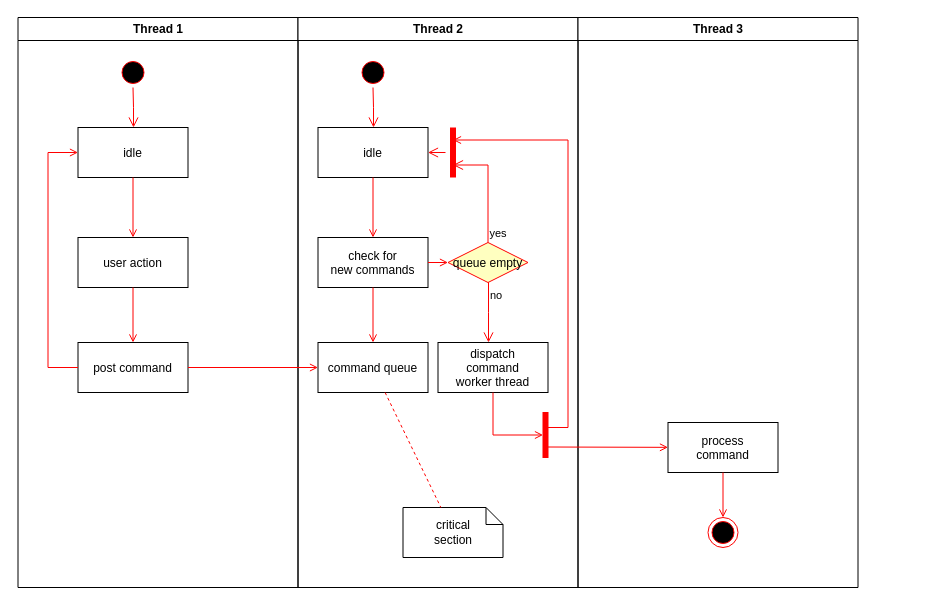
Earlier version of the draw.io diagram flow.drawio (admhabits/admhabits). Source tidied: cells renumbered, new cells numbered last; positions are measured from the earlier drawing's top-left corner, leaving out a move shared by most shapes. Both pictures are drawn from the tidied source at 100%, with x=0, y=0 at pixel (17, 17).
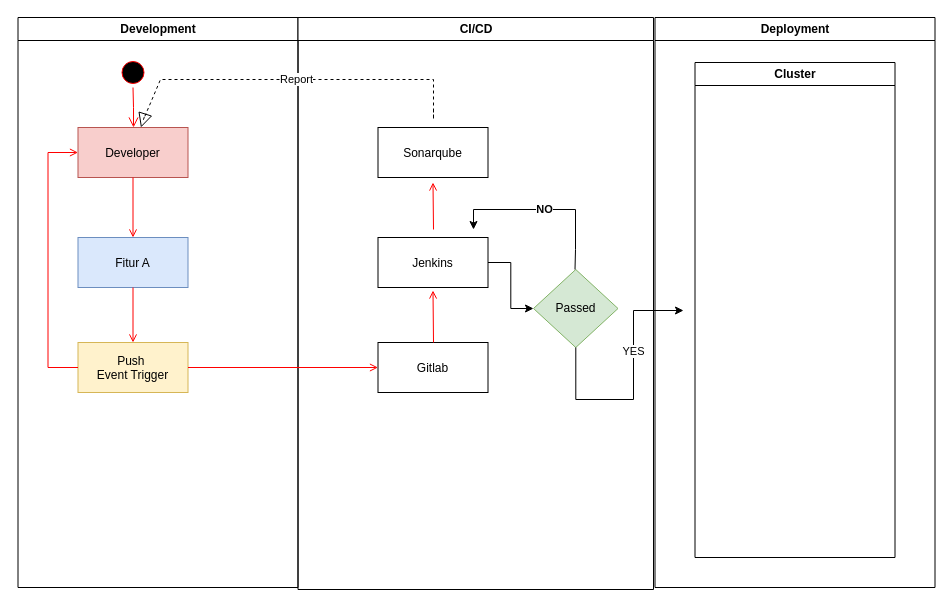
The same page after the edit.

What changed in the source:
```diff
@@
-    <mxCell id="2" value="Thread 1" style="swimlane;whiteSpace=wrap;" parent="1" vertex="1">
+    <mxCell id="2" value="Development" style="swimlane;whiteSpace=wrap;" parent="1" vertex="1">
       <mxGeometry x="0.5" width="280" height="570" as="geometry" />
     </mxCell>
@@
-    <mxCell id="5" value="idle" parent="2" vertex="1">
+    <mxCell id="5" value="Developer" style="fillColor=#f8cecc;strokeColor=#b85450;" parent="2" vertex="1">
       <mxGeometry x="60" y="110" width="110" height="50" as="geometry" />
     </mxCell>
-    <mxCell id="6" value="user action" parent="2" vertex="1">
+    <mxCell id="6" value="Fitur A" style="fillColor=#dae8fc;strokeColor=#6c8ebf;" parent="2" vertex="1">
       <mxGeometry x="60" y="220" width="110" height="50" as="geometry" />
     </mxCell>
@@
-    <mxCell id="8" value="post command" parent="2" vertex="1">
+    <mxCell id="8" value="Push &#10;Event Trigger" style="fillColor=#fff2cc;strokeColor=#d6b656;" parent="2" vertex="1">
       <mxGeometry x="60" y="325" width="110" height="50" as="geometry" />
     </mxCell>
@@
-    <mxCell id="11" value="Thread 2" style="swimlane;whiteSpace=wrap;" parent="1" vertex="1">
-      <mxGeometry x="280.5" width="280" height="570" as="geometry" />
+    <mxCell id="11" value="CI/CD" style="swimlane;whiteSpace=wrap;" parent="1" vertex="1">
+      <mxGeometry x="280.5" width="355.5" height="572" as="geometry" />
     </mxCell>
-    <mxCell id="12" style="ellipse;shape=startState;fillColor=#000000;strokeColor=#ff0000;" parent="11" vertex="1">
-      <mxGeometry x="60" y="40" width="30" height="30" as="geometry" />
-    </mxCell>
-    <mxCell id="13" style="edgeStyle=elbowEdgeStyle;elbow=horizontal;verticalAlign=bottom;endArrow=open;endSize=8;strokeColor=#FF0000;endFill=1;rounded=0;" parent="11" edge="1" source="12" target="14">
-      <mxGeometry x="40" y="20" as="geometry" />
-    </mxCell>
-    <mxCell id="14" value="idle" parent="11" vertex="1">
-      <mxGeometry x="20" y="110" width="110" height="50" as="geometry" />
+    <mxCell id="14" value="Sonarqube" parent="11" vertex="1">
+      <mxGeometry x="80" y="110" width="110" height="50" as="geometry" />
     </mxCell>
+    <mxCell id="37" style="edgeStyle=orthogonalEdgeStyle;rounded=0;jettySize=auto;html=1;" parent="11" edge="1" source="15" target="38">
+      <mxGeometry relative="1" as="geometry" />
+    </mxCell>
-    <mxCell id="15" value="check for &#10;new commands" parent="11" vertex="1">
-      <mxGeometry x="20" y="220" width="110" height="50" as="geometry" />
+    <mxCell id="15" value="Jenkins" parent="11" vertex="1">
+      <mxGeometry x="80" y="220" width="110" height="50" as="geometry" />
     </mxCell>
-    <mxCell id="16" style="endArrow=open;strokeColor=#FF0000;endFill=1;rounded=0;" parent="11" edge="1" source="14" target="15">
-      <mxGeometry relative="1" as="geometry" />
+    <mxCell id="16" style="endArrow=open;strokeColor=#FF0000;endFill=1;rounded=0;" parent="11" edge="1">
+      <mxGeometry relative="1" as="geometry">
+        <mxPoint x="135.5" y="212" as="sourcePoint" />
+        <mxPoint x="135" y="165" as="targetPoint" />
+      </mxGeometry>
     </mxCell>
-    <mxCell id="17" value="command queue" parent="11" vertex="1">
-      <mxGeometry x="20" y="325" width="110" height="50" as="geometry" />
+    <mxCell id="17" value="Gitlab" parent="11" vertex="1">
+      <mxGeometry x="80" y="325" width="110" height="50" as="geometry" />
     </mxCell>
-    <mxCell id="18" style="endArrow=open;strokeColor=#FF0000;endFill=1;rounded=0;" parent="11" edge="1" source="15" target="17">
-      <mxGeometry relative="1" as="geometry" />
+    <mxCell id="18" style="endArrow=open;strokeColor=#FF0000;endFill=1;rounded=0;" parent="11" edge="1">
+      <mxGeometry relative="1" as="geometry">
+        <mxPoint x="135.5" y="325" as="sourcePoint" />
+        <mxPoint x="135" y="273" as="targetPoint" />
+      </mxGeometry>
     </mxCell>
-    <mxCell id="19" value="queue empty" style="rhombus;fillColor=#ffffc0;strokeColor=#ff0000;" parent="11" vertex="1">
-      <mxGeometry x="150" y="225" width="80" height="40" as="geometry" />
-    </mxCell>
-    <mxCell id="20" value="yes" style="edgeStyle=elbowEdgeStyle;elbow=horizontal;align=left;verticalAlign=bottom;endArrow=open;endSize=8;strokeColor=#FF0000;exitX=0.5;exitY=0;endFill=1;rounded=0;entryX=0.75;entryY=0.5;entryPerimeter=0;" parent="11" edge="1" source="19" target="23">
-      <mxGeometry x="-1" relative="1" as="geometry">
-        <Array as="points">
-          <mxPoint x="190" y="180" />
-        </Array>
-      </mxGeometry>
-    </mxCell>
-    <mxCell id="21" value="no" style="edgeStyle=elbowEdgeStyle;elbow=horizontal;align=left;verticalAlign=top;endArrow=open;endSize=8;strokeColor=#FF0000;endFill=1;rounded=0;" parent="11" edge="1" source="19" target="25">
-      <mxGeometry x="-1" relative="1" as="geometry" />
-    </mxCell>
-    <mxCell id="22" style="endArrow=open;strokeColor=#FF0000;endFill=1;rounded=0;" parent="11" edge="1" source="15" target="19">
-      <mxGeometry relative="1" as="geometry" />
-    </mxCell>
-    <mxCell id="23" style="shape=line;strokeWidth=6;strokeColor=#ff0000;rotation=90;" parent="11" vertex="1">
-      <mxGeometry x="130" y="127.5" width="50" height="15" as="geometry" />
-    </mxCell>
-    <mxCell id="24" style="edgeStyle=elbowEdgeStyle;elbow=horizontal;verticalAlign=bottom;endArrow=open;endSize=8;strokeColor=#FF0000;endFill=1;rounded=0;" parent="11" edge="1" source="23" target="14">
-      <mxGeometry x="130" y="90" as="geometry" />
-    </mxCell>
-    <mxCell id="25" value="dispatch&#10;command&#10;worker thread" parent="11" vertex="1">
-      <mxGeometry x="140" y="325" width="110" height="50" as="geometry" />
-    </mxCell>
-    <mxCell id="26" value="critical&#10;section" style="shape=note;whiteSpace=wrap;size=17;" parent="11" vertex="1">
-      <mxGeometry x="105" y="490" width="100" height="50" as="geometry" />
-    </mxCell>
-    <mxCell id="27" style="endArrow=none;strokeColor=#FF0000;endFill=0;rounded=0;dashed=1;" parent="11" edge="1" source="17" target="26">
-      <mxGeometry relative="1" as="geometry" />
-    </mxCell>
-    <mxCell id="28" style="whiteSpace=wrap;strokeColor=#FF0000;fillColor=#FF0000;" parent="11" vertex="1">
-      <mxGeometry x="245" y="395" width="5" height="45" as="geometry" />
-    </mxCell>
-    <mxCell id="29" style="edgeStyle=elbowEdgeStyle;elbow=horizontal;entryX=0;entryY=0.5;strokeColor=#FF0000;endArrow=open;endFill=1;rounded=0;" parent="11" edge="1" source="25" target="28">
-      <mxGeometry relative="1" as="geometry">
-        <Array as="points">
-          <mxPoint x="195" y="400" />
-        </Array>
-      </mxGeometry>
-    </mxCell>
+    <mxCell id="38" value="Passed" style="rhombus;whiteSpace=wrap;html=1;fillColor=#d5e8d4;strokeColor=#82b366;" parent="11" vertex="1">
+      <mxGeometry x="235.5" y="252" width="84.5" height="78" as="geometry" />
+    </mxCell>
+    <mxCell id="39" value="&lt;b&gt;NO&lt;/b&gt;" style="endArrow=classic;html=1;rounded=0;" parent="11" edge="1">
+      <mxGeometry relative="1" as="geometry">
+        <mxPoint x="277" y="252" as="sourcePoint" />
+        <mxPoint x="175.5" y="212" as="targetPoint" />
+        <Array as="points">
+          <mxPoint x="277.5" y="232" />
+          <mxPoint x="277.5" y="192" />
+          <mxPoint x="175.5" y="192" />
+        </Array>
+      </mxGeometry>
+    </mxCell>
-    <mxCell id="30" value="Thread 3" style="swimlane;whiteSpace=wrap;" parent="1" vertex="1">
-      <mxGeometry x="560.5" width="280" height="570" as="geometry" />
+    <mxCell id="30" value="Deployment" style="swimlane;whiteSpace=wrap;startSize=23;" parent="1" vertex="1">
+      <mxGeometry x="637.5" width="280" height="570" as="geometry" />
     </mxCell>
-    <mxCell id="31" value="process&#10;command" parent="30" vertex="1">
-      <mxGeometry x="90" y="405" width="110" height="50" as="geometry" />
-    </mxCell>
-    <mxCell id="32" style="edgeStyle=elbowEdgeStyle;elbow=horizontal;strokeColor=#FF0000;endArrow=open;endFill=1;rounded=0;entryX=0.25;entryY=0.5;entryPerimeter=0;" parent="30" edge="1" target="23">
-      <mxGeometry relative="1" as="geometry">
-        <mxPoint x="-30" y="410" as="sourcePoint" />
-        <Array as="points">
-          <mxPoint x="-10" y="135" />
-        </Array>
-      </mxGeometry>
-    </mxCell>
-    <mxCell id="33" style="edgeStyle=none;strokeColor=#FF0000;endArrow=open;endFill=1;rounded=0;" parent="30" edge="1" target="31">
-      <mxGeometry relative="1" as="geometry">
-        <mxPoint x="-30" y="429.5" as="sourcePoint" />
-      </mxGeometry>
-    </mxCell>
-    <mxCell id="34" style="ellipse;shape=endState;fillColor=#000000;strokeColor=#ff0000;" parent="30" vertex="1">
-      <mxGeometry x="130" y="500" width="30" height="30" as="geometry" />
-    </mxCell>
-    <mxCell id="35" style="endArrow=open;strokeColor=#FF0000;endFill=1;rounded=0;" parent="30" edge="1" source="31" target="34">
-      <mxGeometry relative="1" as="geometry" />
-    </mxCell>
+    <mxCell id="40" value="Cluster" style="swimlane;whiteSpace=wrap;html=1;" parent="30" vertex="1">
+      <mxGeometry x="40" y="45" width="200" height="495" as="geometry" />
+    </mxCell>
@@
+    <mxCell id="41" value="Report" style="endArrow=block;dashed=1;endFill=0;endSize=12;html=1;rounded=0;" parent="1" edge="1" target="5">
+      <mxGeometry relative="1" as="geometry">
+        <mxPoint x="416" y="92" as="sourcePoint" />
+        <Array as="points">
+          <mxPoint x="416" y="102" />
+          <mxPoint x="416" y="62" />
+          <mxPoint x="143" y="62" />
+          <mxPoint x="126" y="102" />
+        </Array>
+      </mxGeometry>
+    </mxCell>
+    <mxCell id="42" value="YES" style="edgeStyle=orthogonalEdgeStyle;rounded=0;jettySize=auto;html=1;" parent="1" edge="1" source="38">
+      <mxGeometry x="0.27" relative="1" as="geometry">
+        <mxPoint x="666" y="293" as="targetPoint" />
+        <Array as="points">
+          <mxPoint x="558" y="382" />
+          <mxPoint x="616" y="382" />
+          <mxPoint x="616" y="293" />
+        </Array>
+      </mxGeometry>
+    </mxCell>
```
